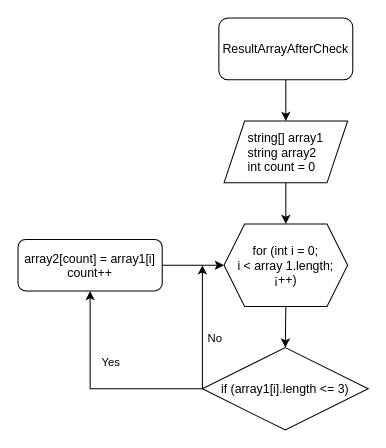
Above: Scheme/scheme.drawio in tvkalex/Control_Work (draw.io), before the change. Source tidied: cells renumbered, new cells numbered last; positions are measured from the earlier drawing's top-left corner, leaving out a move shared by most shapes. Both pictures are drawn from the tidied source at 103%, with x=0, y=0 at pixel (18, 18).
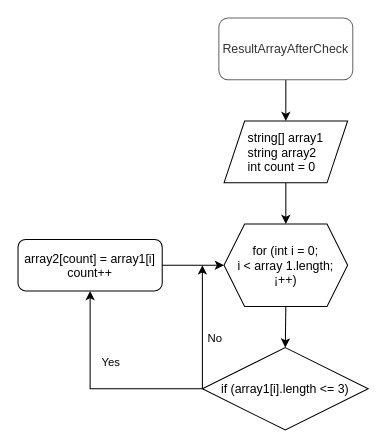
After the change.

Commit message (it also covers changes not shown here):
Add program code

What changed in the source:
```diff
@@
 <mxGraphModel background="#ffffff">
   <root>
     <mxCell id="0" />
     <mxCell id="1" parent="0" />
-    <mxCell id="2" style="edgeStyle=none;rounded=0;html=1;exitX=0.5;exitY=1;exitDx=0;exitDy=0;entryX=0.5;entryY=0;entryDx=0;entryDy=0;fontColor=#FFFFFF;" parent="1" edge="1" source="3" target="5">
+    <mxCell id="2" style="edgeStyle=none;rounded=0;html=1;exitX=0.5;exitY=1;exitDx=0;exitDy=0;entryX=0.5;entryY=0;entryDx=0;entryDy=0;fontColor=#FFFFFF;strokeColor=#000000;" parent="1" edge="1" source="3" target="5">
       <mxGeometry relative="1" as="geometry" />
     </mxCell>
-    <mxCell id="3" value="ResultArrayAfterCheck" style="rounded=1;whiteSpace=wrap;html=1;" parent="1" vertex="1">
+    <mxCell id="3" value="ResultArrayAfterCheck" style="rounded=1;whiteSpace=wrap;html=1;fillColor=none;fontColor=#333333;strokeColor=#666666;" parent="1" vertex="1">
       <mxGeometry x="195" width="130" height="60" as="geometry" />
     </mxCell>
     <mxCell id="4" style="edgeStyle=none;rounded=0;html=1;exitX=0.5;exitY=1;exitDx=0;exitDy=0;entryX=0.5;entryY=0;entryDx=0;entryDy=0;fontColor=#FFFFFF;strokeColor=#000000;" parent="1" edge="1" source="5" target="7">
       <mxGeometry relative="1" as="geometry" />
     </mxCell>
     <mxCell id="5" value="&lt;p style=&quot;margin: 0px; font-variant-numeric: normal; font-variant-east-asian: normal; font-stretch: normal; line-height: normal; text-align: start;&quot; class=&quot;p1&quot;&gt;&lt;font&gt;string[] array1&lt;/font&gt;&lt;/p&gt;&lt;p style=&quot;margin: 0px; font-variant-numeric: normal; font-variant-east-asian: normal; font-stretch: normal; line-height: normal; text-align: start;&quot; class=&quot;p1&quot;&gt;&lt;font&gt;string array2&lt;/font&gt;&lt;/p&gt;&lt;p style=&quot;margin: 0px; font-variant-numeric: normal; font-variant-east-asian: normal; font-stretch: normal; line-height: normal; text-align: start;&quot; class=&quot;p1&quot;&gt;&lt;font&gt;int count = 0&lt;/font&gt;&lt;/p&gt;" style="shape=parallelogram;perimeter=parallelogramPerimeter;whiteSpace=wrap;html=1;fixedSize=1;fillColor=none;fontColor=#000000;strokeColor=#000000;" parent="1" vertex="1">
       <mxGeometry x="200" y="100" width="120" height="60" as="geometry" />
     </mxCell>
     <mxCell id="6" style="edgeStyle=none;rounded=0;html=1;exitX=0.5;exitY=1;exitDx=0;exitDy=0;entryX=0.5;entryY=0;entryDx=0;entryDy=0;fontColor=#FFFFFF;strokeColor=#000000;" parent="1" edge="1" source="7" target="11">
       <mxGeometry relative="1" as="geometry" />
     </mxCell>
     <mxCell id="7" value="&lt;p style=&quot;margin: 0px; font-variant-numeric: normal; font-variant-east-asian: normal; font-stretch: normal; line-height: normal;&quot; class=&quot;p1&quot;&gt;for (int i = 0;&lt;/p&gt;&lt;p style=&quot;margin: 0px; font-variant-numeric: normal; font-variant-east-asian: normal; font-stretch: normal; line-height: normal;&quot; class=&quot;p1&quot;&gt;i &amp;lt; array 1.length;&lt;/p&gt;&lt;p style=&quot;margin: 0px; font-variant-numeric: normal; font-variant-east-asian: normal; font-stretch: normal; line-height: normal;&quot; class=&quot;p1&quot;&gt;¡++)&lt;/p&gt;" style="shape=hexagon;perimeter=hexagonPerimeter2;whiteSpace=wrap;html=1;fixedSize=1;fontColor=#000000;align=center;fillColor=none;strokeColor=#000000;" parent="1" vertex="1">
       <mxGeometry x="200" y="200" width="120" height="80" as="geometry" />
     </mxCell>
     <mxCell id="8" value="Yes" style="edgeStyle=none;html=1;exitX=0;exitY=0.5;exitDx=0;exitDy=0;entryX=0.5;entryY=1;entryDx=0;entryDy=0;fontColor=#000000;rounded=0;strokeColor=#000000;labelBackgroundColor=none;" parent="1" edge="1" source="11" target="13">
       <mxGeometry x="0.32" y="-20" relative="1" as="geometry">
         <Array as="points">
           <mxPoint x="70" y="360" />
         </Array>
       </mxGeometry>
     </mxCell>
     <mxCell id="9" style="edgeStyle=none;rounded=0;html=1;exitX=0;exitY=0.5;exitDx=0;exitDy=0;fontColor=#FFFFFF;strokeColor=#000000;" parent="1" edge="1" source="11">
       <mxGeometry relative="1" as="geometry">
         <mxPoint x="179" y="240" as="targetPoint" />
       </mxGeometry>
     </mxCell>
     <mxCell id="10" value="No" style="edgeLabel;html=1;align=center;verticalAlign=middle;fontColor=#000000;labelBackgroundColor=none;" parent="9" vertex="1">
       <mxGeometry x="-0.35" y="-1" relative="1" as="geometry">
         <mxPoint x="10" y="-11" as="offset" />
       </mxGeometry>
     </mxCell>
     <mxCell id="11" value="&lt;p style=&quot;margin: 0px; font-variant-numeric: normal; font-variant-east-asian: normal; font-stretch: normal; line-height: normal; text-align: start;&quot; class=&quot;p1&quot;&gt;if (array1[i].length &amp;lt;= 3)&lt;/p&gt;" style="rhombus;whiteSpace=wrap;html=1;fontColor=#000000;fillColor=none;strokeColor=#000000;" parent="1" vertex="1">
       <mxGeometry x="179" y="320" width="161" height="80" as="geometry" />
     </mxCell>
     <mxCell id="12" style="edgeStyle=none;html=1;exitX=1;exitY=0.5;exitDx=0;exitDy=0;fontColor=#FFFFFF;entryX=0;entryY=0.5;entryDx=0;entryDy=0;strokeColor=#000000;" parent="1" edge="1" source="13" target="7">
       <mxGeometry relative="1" as="geometry" />
     </mxCell>
     <mxCell id="13" value="&lt;p style=&quot;margin: 0px; font-variant-numeric: normal; font-variant-east-asian: normal; font-stretch: normal; line-height: normal;&quot; class=&quot;p1&quot;&gt;array2[count] = array1[i]&lt;/p&gt;&lt;p style=&quot;margin: 0px; font-variant-numeric: normal; font-variant-east-asian: normal; font-stretch: normal; line-height: normal;&quot; class=&quot;p1&quot;&gt;count++&lt;/p&gt;" style="rounded=1;whiteSpace=wrap;html=1;fontColor=#000000;align=center;horizontal=1;verticalAlign=middle;fillColor=none;strokeColor=#000000;" parent="1" vertex="1">
       <mxGeometry y="215" width="140" height="50" as="geometry" />
     </mxCell>
   </root>
 </mxGraphModel>
```
